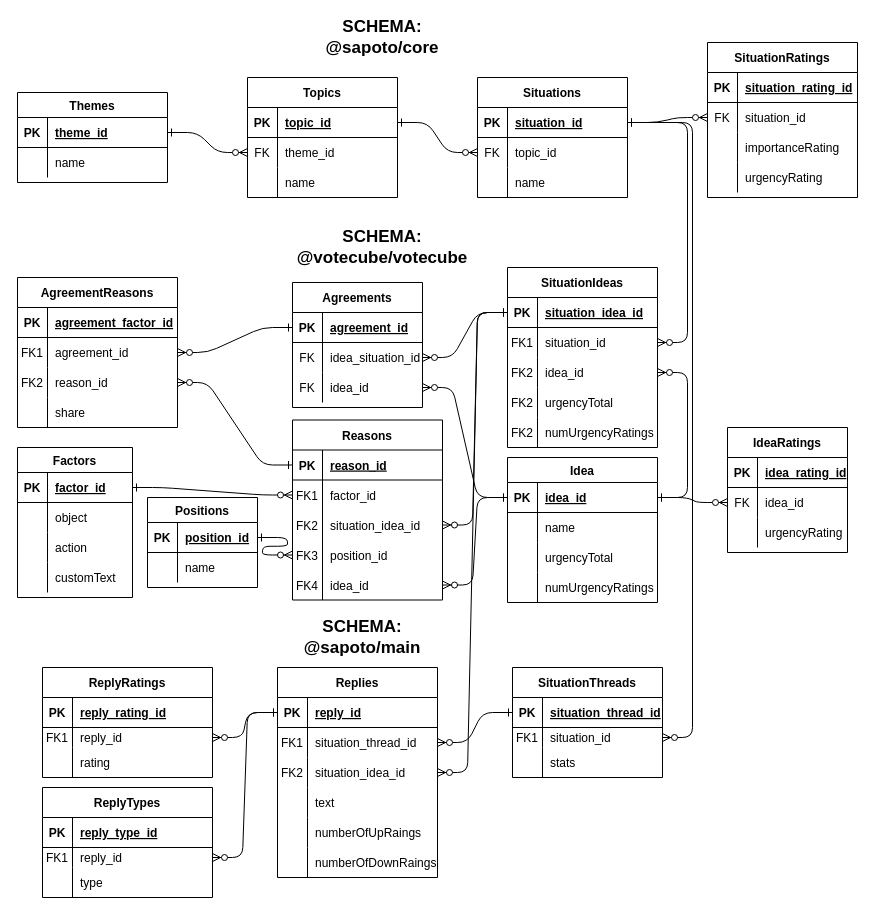
Past-The-War-Earth/sapoto.net keeps this draw.io diagram as apps/entity-relationship-diagram.drawio. Above is the earlier version. Source tidied: cells renumbered, new cells numbered last; positions are measured from the earlier drawing's top-left corner, leaving out a move shared by most shapes. Both pictures are drawn from the tidied source at 100%, with x=0, y=0 at pixel (17, 17).
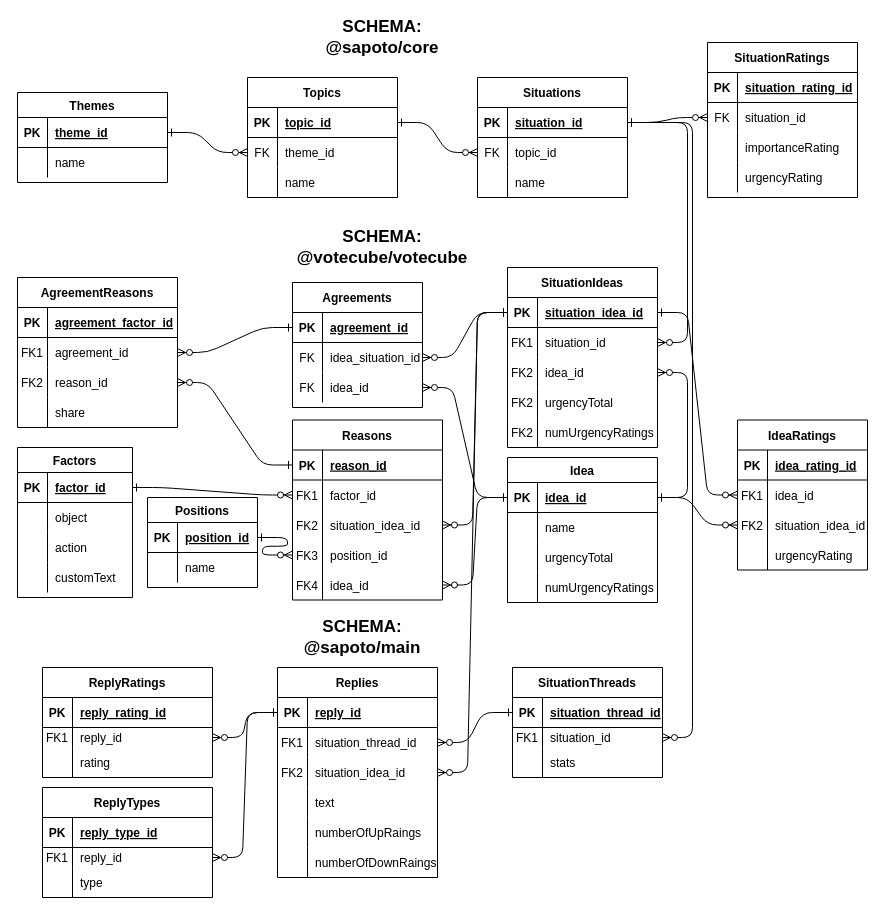
After the change.

Commit message:
Entity diagram fix.

Unchanged cells that the change refers to:
```xml
<mxCell id="44" style="shape=partialRectangle;fillColor=none;points=[[0,0.5],[1,0.5]];portConstraint=eastwest;top=0;left=0;right=0;bottom=1;" parent="43" vertex="1">
  <mxGeometry y="30" width="150" height="30" as="geometry" />
</mxCell>
<mxCell id="93" style="shape=partialRectangle;fillColor=none;points=[[0,0.5],[1,0.5]];portConstraint=eastwest;top=0;left=0;right=0;bottom=1;" parent="92" vertex="1">
  <mxGeometry y="25" width="150" height="30" as="geometry" />
</mxCell>
```

Change to the diagram source:
```diff
@@
     <mxCell id="198" value="IdeaRatings" style="shape=table;startSize=30;childLayout=tableLayout;rowLines=0;fontStyle=1;align=center;" parent="1" vertex="1">
-      <mxGeometry x="710" y="410" width="120" height="125" as="geometry" />
+      <mxGeometry x="720" y="402.5" width="130" height="150" as="geometry" />
     </mxCell>
     <mxCell id="199" style="shape=partialRectangle;fillColor=none;top=0;left=0;right=0;bottom=1;" parent="198" vertex="1">
-      <mxGeometry y="30" width="120" height="30" as="geometry" />
+      <mxGeometry y="30" width="130" height="30" as="geometry" />
     </mxCell>
@@
     <mxCell id="201" value="idea_rating_id" style="shape=partialRectangle;overflow=hidden;fillColor=none;top=0;left=0;bottom=0;right=0;align=left;spacingLeft=6;fontStyle=5;" parent="199" vertex="1">
-      <mxGeometry x="30" width="90" height="30" as="geometry" />
+      <mxGeometry x="30" width="100" height="30" as="geometry" />
     </mxCell>
     <mxCell id="202" style="shape=partialRectangle;fillColor=none;points=[[0,0.5],[1,0.5]];portConstraint=eastwest;top=0;left=0;right=0;bottom=0;" parent="198" vertex="1">
-      <mxGeometry y="60" width="120" height="30" as="geometry" />
+      <mxGeometry y="60" width="130" height="30" as="geometry" />
     </mxCell>
-    <mxCell id="203" value="FK" style="shape=partialRectangle;overflow=hidden;fillColor=none;top=0;left=0;bottom=0;right=0;" parent="202" vertex="1">
+    <mxCell id="203" value="FK1" style="shape=partialRectangle;overflow=hidden;fillColor=none;top=0;left=0;bottom=0;right=0;" parent="202" vertex="1">
       <mxGeometry width="30" height="30" as="geometry" />
     </mxCell>
     <mxCell id="204" value="idea_id" style="shape=partialRectangle;overflow=hidden;fillColor=none;top=0;left=0;bottom=0;right=0;align=left;spacingLeft=6;" parent="202" vertex="1">
-      <mxGeometry x="30" width="90" height="30" as="geometry" />
+      <mxGeometry x="30" width="100" height="30" as="geometry" />
     </mxCell>
-    <mxCell id="205" style="shape=partialRectangle;fillColor=none;top=0;left=0;right=0;bottom=0;" parent="198" vertex="1">
-      <mxGeometry y="90" width="120" height="30" as="geometry" />
-    </mxCell>
+    <mxCell id="211" style="shape=partialRectangle;fillColor=none;points=[[0,0.5],[1,0.5]];portConstraint=eastwest;top=0;left=0;right=0;bottom=0;" parent="198" vertex="1">
+      <mxGeometry y="90" width="130" height="30" as="geometry" />
+    </mxCell>
+    <mxCell id="212" value="FK2" style="shape=partialRectangle;overflow=hidden;fillColor=none;top=0;left=0;bottom=0;right=0;" parent="211" vertex="1">
+      <mxGeometry width="30" height="30" as="geometry" />
+    </mxCell>
+    <mxCell id="213" value="situation_idea_id" style="shape=partialRectangle;overflow=hidden;fillColor=none;top=0;left=0;bottom=0;right=0;align=left;spacingLeft=6;" parent="211" vertex="1">
+      <mxGeometry x="30" width="100" height="30" as="geometry" />
+    </mxCell>
+    <mxCell id="214" style="shape=partialRectangle;fillColor=none;top=0;left=0;right=0;bottom=0;" parent="198" vertex="1">
+      <mxGeometry y="120" width="130" height="30" as="geometry" />
+    </mxCell>
-    <mxCell id="206" style="shape=partialRectangle;overflow=hidden;fillColor=none;top=0;left=0;bottom=0;right=0;" parent="205" vertex="1">
+    <mxCell id="206" style="shape=partialRectangle;overflow=hidden;fillColor=none;top=0;left=0;bottom=0;right=0;" parent="214" vertex="1">
       <mxGeometry width="30" height="30" as="geometry" />
     </mxCell>
-    <mxCell id="207" value="urgencyRating" style="shape=partialRectangle;overflow=hidden;fillColor=none;top=0;left=0;bottom=0;right=0;align=left;spacingLeft=6;" parent="205" vertex="1">
-      <mxGeometry x="30" width="90" height="30" as="geometry" />
+    <mxCell id="207" value="urgencyRating" style="shape=partialRectangle;overflow=hidden;fillColor=none;top=0;left=0;bottom=0;right=0;align=left;spacingLeft=6;" parent="214" vertex="1">
+      <mxGeometry x="30" width="100" height="30" as="geometry" />
     </mxCell>
-    <mxCell id="208" style="edgeStyle=entityRelationEdgeStyle;endArrow=ERzeroToMany;startArrow=ERone;endFill=1;startFill=0;entryX=0;entryY=0.5;entryDx=0;entryDy=0;" parent="1" edge="1" source="93" target="202">
+    <mxCell id="208" style="edgeStyle=entityRelationEdgeStyle;endArrow=ERzeroToMany;startArrow=ERone;endFill=1;startFill=0;" parent="1" edge="1" source="93" target="211">
       <mxGeometry relative="1" as="geometry" />
     </mxCell>
@@
+    <mxCell id="215" style="edgeStyle=entityRelationEdgeStyle;endArrow=ERzeroToMany;startArrow=ERone;endFill=1;startFill=0;" parent="1" edge="1" source="44" target="202">
+      <mxGeometry relative="1" as="geometry" />
+    </mxCell>
```
